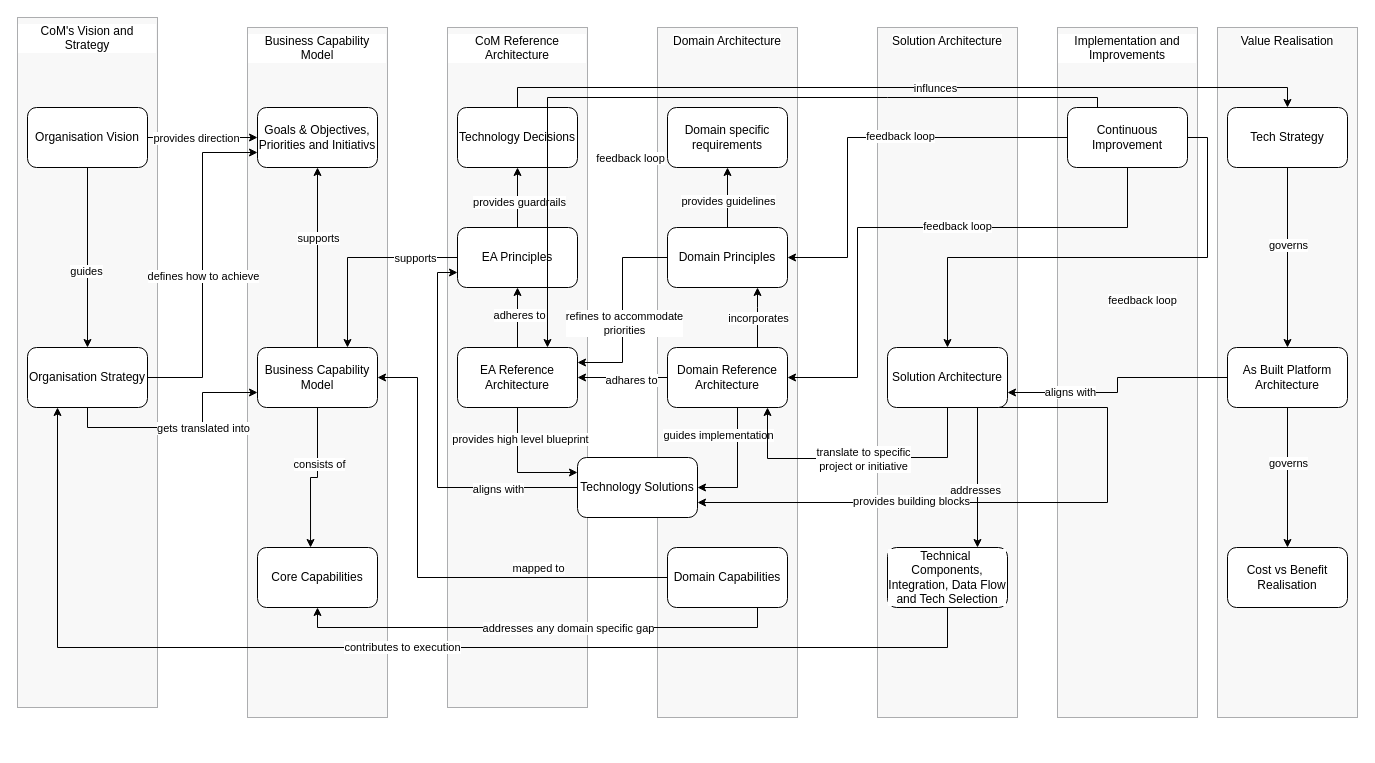
onlinepractice/digitalbanking keeps this draw.io diagram as page "Page-12" (12 of 15) of Untitled Diagram.drawio. Above is the earlier version. Source tidied: cells renumbered, new cells numbered last; positions are measured from the earlier drawing's top-left corner, leaving out a move shared by most shapes. Both pictures are drawn from the tidied source at 100%, with x=0, y=0 at pixel (17, 17).
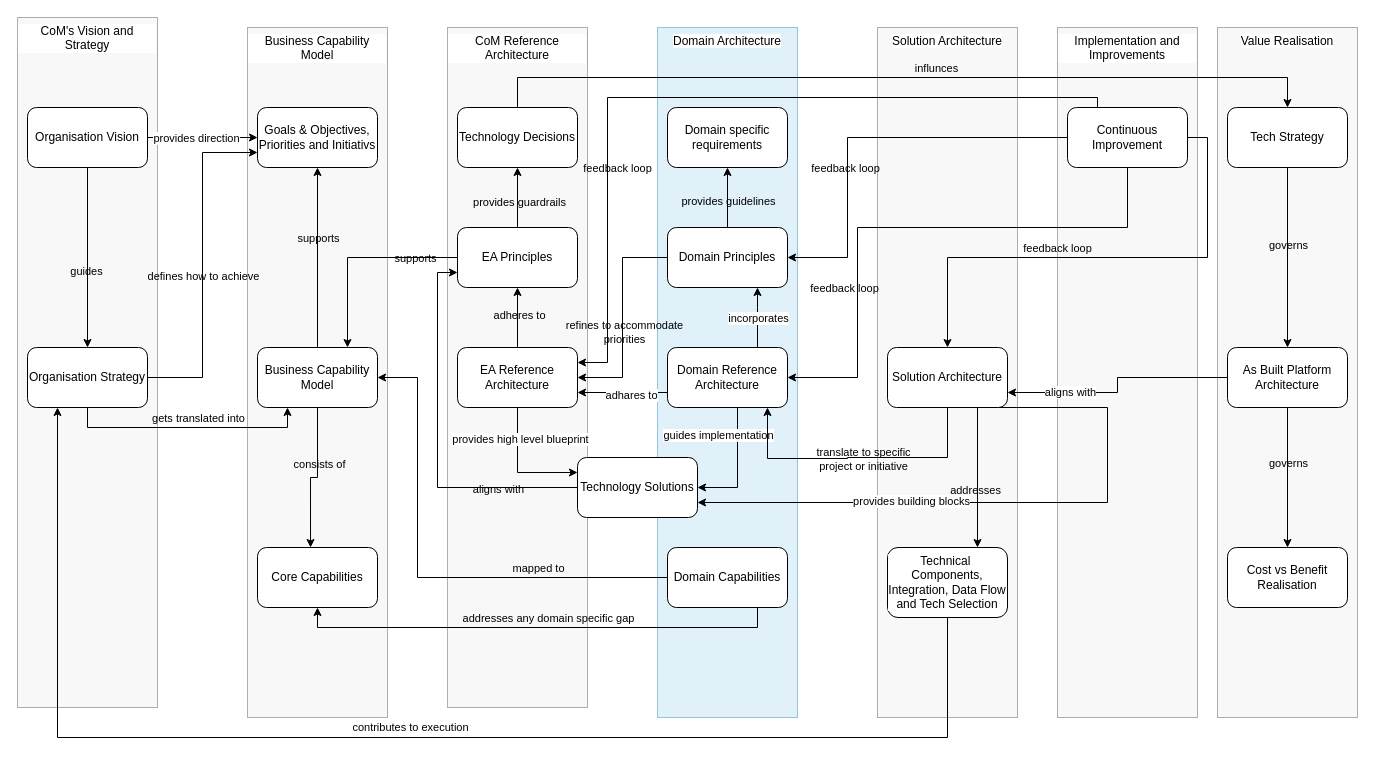
After the change.

The change refers to these unchanged cells:
```xml
<mxCell id="9" style="edgeStyle=orthogonalEdgeStyle;rounded=0;jettySize=auto;html=1;labelBackgroundColor=default;" parent="1" edge="1" source="13" target="18">
<mxCell id="14" style="edgeStyle=orthogonalEdgeStyle;rounded=0;jettySize=auto;html=1;entryX=0;entryY=0.75;entryDx=0;entryDy=0;labelBackgroundColor=default;" parent="1" edge="1" source="18" target="46">
<mxCell id="18" value="Organisation Strategy" style="rounded=1;whiteSpace=wrap;html=1;labelBackgroundColor=default;" parent="1" vertex="1">
<mxCell id="19" style="edgeStyle=orthogonalEdgeStyle;rounded=0;jettySize=auto;html=1;entryX=0.5;entryY=1;entryDx=0;entryDy=0;labelBackgroundColor=default;" parent="1" edge="1" source="23" target="46">
<mxCell id="21" style="edgeStyle=orthogonalEdgeStyle;rounded=0;jettySize=auto;html=1;entryX=0.442;entryY=0;entryDx=0;entryDy=0;entryPerimeter=0;labelBackgroundColor=default;" parent="1" edge="1" source="23" target="47">
<mxCell id="23" value="Business Capability Model" style="rounded=1;whiteSpace=wrap;html=1;labelBackgroundColor=default;" parent="1" vertex="1">
<mxCell id="24" style="edgeStyle=orthogonalEdgeStyle;rounded=0;jettySize=auto;html=1;entryX=0.5;entryY=1;entryDx=0;entryDy=0;labelBackgroundColor=default;" parent="1" edge="1" source="28" target="45">
<mxCell id="28" value="EA Reference Architecture" style="rounded=1;whiteSpace=wrap;html=1;labelBackgroundColor=default;" parent="1" vertex="1">
<mxCell id="29" style="edgeStyle=orthogonalEdgeStyle;rounded=0;jettySize=auto;html=1;entryX=0.5;entryY=1;entryDx=0;entryDy=0;labelBackgroundColor=default;" parent="1" edge="1" source="33" target="54">
<mxCell id="33" value="Domain Principles" style="rounded=1;whiteSpace=wrap;html=1;labelBackgroundColor=default;" parent="1" vertex="1">
<mxCell id="40" value="Domain Reference Architecture" style="rounded=1;whiteSpace=wrap;html=1;labelBackgroundColor=default;" parent="1" vertex="1">
<mxCell id="41" style="edgeStyle=orthogonalEdgeStyle;rounded=0;jettySize=auto;html=1;entryX=0.5;entryY=1;entryDx=0;entryDy=0;labelBackgroundColor=default;" parent="1" edge="1" source="45" target="50">
<mxCell id="43" style="edgeStyle=orthogonalEdgeStyle;rounded=0;jettySize=auto;html=1;entryX=0.75;entryY=0;entryDx=0;entryDy=0;exitX=0;exitY=0.5;exitDx=0;exitDy=0;labelBackgroundColor=default;" parent="1" edge="1" source="45" target="23">
<mxCell id="50" value="Technology Decisions" style="rounded=1;whiteSpace=wrap;html=1;labelBackgroundColor=default;" parent="1" vertex="1">
<mxCell id="51" style="edgeStyle=orthogonalEdgeStyle;rounded=0;jettySize=auto;html=1;entryX=0;entryY=0.75;entryDx=0;entryDy=0;exitX=0;exitY=0.5;exitDx=0;exitDy=0;labelBackgroundColor=default;" parent="1" edge="1" source="53" target="45">
<mxCell id="55" style="edgeStyle=orthogonalEdgeStyle;rounded=0;jettySize=auto;html=1;entryX=1;entryY=0.5;entryDx=0;entryDy=0;labelBackgroundColor=default;" parent="1" edge="1" source="59" target="23">
<mxCell id="57" style="edgeStyle=orthogonalEdgeStyle;rounded=0;jettySize=auto;html=1;entryX=0.5;entryY=1;entryDx=0;entryDy=0;exitX=0.5;exitY=1;exitDx=0;exitDy=0;labelBackgroundColor=default;" parent="1" edge="1" source="59" target="47">
<mxCell id="62" style="edgeStyle=orthogonalEdgeStyle;rounded=0;jettySize=auto;html=1;labelBackgroundColor=default;" parent="1" edge="1" source="66">
<mxCell id="64" style="edgeStyle=orthogonalEdgeStyle;rounded=0;jettySize=auto;html=1;entryX=0.75;entryY=0;entryDx=0;entryDy=0;exitX=0.75;exitY=1;exitDx=0;exitDy=0;labelBackgroundColor=default;" parent="1" edge="1" source="66" target="68">
<mxCell id="71" style="edgeStyle=orthogonalEdgeStyle;rounded=0;jettySize=auto;html=1;entryX=1;entryY=0.5;entryDx=0;entryDy=0;labelBackgroundColor=default;" parent="1" edge="1" source="73" target="33">
<mxCell id="73" value="Continuous Improvement" style="rounded=1;whiteSpace=wrap;html=1;labelBackgroundColor=default;" parent="1" vertex="1">
<mxCell id="74" style="edgeStyle=orthogonalEdgeStyle;rounded=0;jettySize=auto;html=1;entryX=0.5;entryY=0;entryDx=0;entryDy=0;exitX=1;exitY=0.5;exitDx=0;exitDy=0;labelBackgroundColor=default;" parent="1" edge="1" source="73" target="66">
<mxCell id="76" style="edgeStyle=orthogonalEdgeStyle;rounded=0;jettySize=auto;html=1;exitX=0.5;exitY=1;exitDx=0;exitDy=0;labelBackgroundColor=default;" parent="1" edge="1" source="73">
<mxCell id="80" style="edgeStyle=orthogonalEdgeStyle;rounded=0;jettySize=auto;html=1;labelBackgroundColor=default;" parent="1" edge="1" source="82" target="86">
<mxCell id="83" style="edgeStyle=orthogonalEdgeStyle;rounded=0;jettySize=auto;html=1;entryX=0.5;entryY=0;entryDx=0;entryDy=0;labelBackgroundColor=default;" parent="1" edge="1" source="85" target="82">
<mxCell id="85" value="Tech Strategy" style="rounded=1;whiteSpace=wrap;html=1;labelBackgroundColor=default;" parent="1" vertex="1">
```

Diff of the diagram source:
```diff
@@
-    <mxCell id="6" value="Domain Architecture" style="rounded=0;whiteSpace=wrap;html=1;fillColor=#eeeeee;strokeColor=#36393d;opacity=40;verticalAlign=top;labelBackgroundColor=default;" parent="1" vertex="1">
+    <mxCell id="6" value="Domain Architecture" style="rounded=0;whiteSpace=wrap;html=1;fillColor=#b1ddf0;strokeColor=#10739e;opacity=40;verticalAlign=top;labelBackgroundColor=default;" parent="1" vertex="1">
       <mxGeometry x="640" y="10" width="140" height="690" as="geometry" />
     </mxCell>
@@
-    <mxCell id="10" value="guides" style="edgeLabel;html=1;align=center;verticalAlign=middle;labelBackgroundColor=default;" parent="9" vertex="1">
+    <mxCell id="10" value="guides" style="edgeLabel;html=1;align=center;verticalAlign=middle;labelBackgroundColor=none;" parent="9" vertex="1">
       <mxGeometry x="0.14" y="-2" relative="1" as="geometry" />
     </mxCell>
@@
-    <mxCell id="15" value="defines how to achieve" style="edgeLabel;html=1;align=center;verticalAlign=middle;labelBackgroundColor=default;" parent="14" vertex="1">
+    <mxCell id="15" value="defines how to achieve" style="edgeLabel;html=1;align=center;verticalAlign=middle;labelBackgroundColor=none;" parent="14" vertex="1">
       <mxGeometry x="-0.06" relative="1" as="geometry" />
     </mxCell>
-    <mxCell id="16" style="edgeStyle=orthogonalEdgeStyle;rounded=0;jettySize=auto;html=1;entryX=0;entryY=0.75;entryDx=0;entryDy=0;exitX=0.5;exitY=1;exitDx=0;exitDy=0;labelBackgroundColor=default;" parent="1" edge="1" source="18" target="23">
+    <mxCell id="16" style="edgeStyle=orthogonalEdgeStyle;rounded=0;jettySize=auto;html=1;entryX=0.25;entryY=1;entryDx=0;entryDy=0;exitX=0.5;exitY=1;exitDx=0;exitDy=0;labelBackgroundColor=default;" parent="1" edge="1" source="18" target="23">
       <mxGeometry relative="1" as="geometry" />
     </mxCell>
-    <mxCell id="17" value="gets translated into" style="edgeLabel;html=1;align=center;verticalAlign=middle;labelBackgroundColor=default;" parent="16" vertex="1">
+    <mxCell id="17" value="gets translated into" style="edgeLabel;html=1;align=center;verticalAlign=middle;labelBackgroundColor=none;" parent="16" vertex="1">
       <mxGeometry x="-0.2" relative="1" as="geometry">
-        <mxPoint x="45" as="offset" />
+        <mxPoint x="34" y="-10" as="offset" />
       </mxGeometry>
     </mxCell>
@@
-    <mxCell id="20" value="supports" style="edgeLabel;html=1;align=center;verticalAlign=middle;labelBackgroundColor=default;" parent="19" vertex="1">
+    <mxCell id="20" value="supports" style="edgeLabel;html=1;align=center;verticalAlign=middle;labelBackgroundColor=none;" parent="19" vertex="1">
       <mxGeometry x="0.22" relative="1" as="geometry" />
     </mxCell>
@@
-    <mxCell id="22" value="consists of" style="edgeLabel;html=1;align=center;verticalAlign=middle;labelBackgroundColor=default;" parent="21" vertex="1">
+    <mxCell id="22" value="consists of" style="edgeLabel;html=1;align=center;verticalAlign=middle;labelBackgroundColor=none;" parent="21" vertex="1">
       <mxGeometry x="-0.24" y="1" relative="1" as="geometry" />
     </mxCell>
@@
-    <mxCell id="25" value="adheres to" style="edgeLabel;html=1;align=center;verticalAlign=middle;labelBackgroundColor=default;" parent="24" vertex="1">
+    <mxCell id="25" value="adheres to" style="edgeLabel;html=1;align=center;verticalAlign=middle;labelBackgroundColor=none;" parent="24" vertex="1">
       <mxGeometry x="0.11" y="-1" relative="1" as="geometry" />
     </mxCell>
@@
-    <mxCell id="30" value="provides guidelines" style="edgeLabel;html=1;align=center;verticalAlign=middle;labelBackgroundColor=default;" parent="29" vertex="1">
+    <mxCell id="30" value="provides guidelines" style="edgeLabel;html=1;align=center;verticalAlign=middle;labelBackgroundColor=none;" parent="29" vertex="1">
       <mxGeometry x="-0.1" relative="1" as="geometry" />
     </mxCell>
-    <mxCell id="31" style="edgeStyle=orthogonalEdgeStyle;rounded=0;jettySize=auto;html=1;entryX=1;entryY=0.25;entryDx=0;entryDy=0;labelBackgroundColor=default;" parent="1" edge="1" source="33" target="28">
+    <mxCell id="31" style="edgeStyle=orthogonalEdgeStyle;rounded=0;jettySize=auto;html=1;entryX=1;entryY=0.5;entryDx=0;entryDy=0;labelBackgroundColor=default;" parent="1" edge="1" source="33" target="28">
       <mxGeometry relative="1" as="geometry" />
     </mxCell>
-    <mxCell id="32" value="refines to accommodate &lt;br&gt;priorities" style="edgeLabel;html=1;align=center;verticalAlign=middle;labelBackgroundColor=default;" parent="31" vertex="1">
+    <mxCell id="32" value="refines to accommodate &lt;br&gt;priorities" style="edgeLabel;html=1;align=center;verticalAlign=middle;labelBackgroundColor=none;" parent="31" vertex="1">
       <mxGeometry x="0.13" y="1" relative="1" as="geometry" />
     </mxCell>
@@
-    <mxCell id="38" style="edgeStyle=orthogonalEdgeStyle;rounded=0;jettySize=auto;html=1;entryX=1;entryY=0.5;entryDx=0;entryDy=0;labelBackgroundColor=default;" parent="1" edge="1" source="40" target="28">
+    <mxCell id="38" style="edgeStyle=orthogonalEdgeStyle;rounded=0;jettySize=auto;html=1;entryX=1;entryY=0.75;entryDx=0;entryDy=0;labelBackgroundColor=default;exitX=0;exitY=0.75;exitDx=0;exitDy=0;" parent="1" edge="1" source="40" target="28">
       <mxGeometry relative="1" as="geometry" />
     </mxCell>
@@
-    <mxCell id="42" value="provides guardrails" style="edgeLabel;html=1;align=center;verticalAlign=middle;labelBackgroundColor=default;" parent="41" vertex="1">
+    <mxCell id="42" value="provides guardrails" style="edgeLabel;html=1;align=center;verticalAlign=middle;labelBackgroundColor=none;" parent="41" vertex="1">
       <mxGeometry x="-0.13" y="-1" relative="1" as="geometry" />
     </mxCell>
@@
-    <mxCell id="44" value="supports" style="edgeLabel;html=1;align=center;verticalAlign=middle;labelBackgroundColor=default;" parent="43" vertex="1">
+    <mxCell id="44" value="supports" style="edgeLabel;html=1;align=center;verticalAlign=middle;labelBackgroundColor=none;" parent="43" vertex="1">
       <mxGeometry x="-0.12" relative="1" as="geometry">
         <mxPoint x="45" as="offset" />
       </mxGeometry>
     </mxCell>
@@
     <mxCell id="48" style="edgeStyle=orthogonalEdgeStyle;rounded=0;jettySize=auto;html=1;entryX=0.5;entryY=0;entryDx=0;entryDy=0;exitX=0.5;exitY=0;exitDx=0;exitDy=0;labelBackgroundColor=default;" parent="1" edge="1" source="50" target="85">
-      <mxGeometry relative="1" as="geometry" />
+      <mxGeometry relative="1" as="geometry">
+        <Array as="points">
+          <mxPoint x="500" y="60" />
+          <mxPoint x="1270" y="60" />
+        </Array>
+      </mxGeometry>
     </mxCell>
-    <mxCell id="49" value="influnces" style="edgeLabel;html=1;align=center;verticalAlign=middle;labelBackgroundColor=default;" parent="48" vertex="1">
-      <mxGeometry x="0.08" relative="1" as="geometry" />
+    <mxCell id="49" value="influnces" style="edgeLabel;html=1;align=center;verticalAlign=middle;labelBackgroundColor=none;" parent="48" vertex="1">
+      <mxGeometry x="0.08" relative="1" as="geometry">
+        <mxPoint y="-10" as="offset" />
+      </mxGeometry>
     </mxCell>
@@
-    <mxCell id="52" value="aligns with" style="edgeLabel;html=1;align=center;verticalAlign=middle;labelBackgroundColor=default;" parent="51" vertex="1">
+    <mxCell id="52" value="aligns with" style="edgeLabel;html=1;align=center;verticalAlign=middle;labelBackgroundColor=none;" parent="51" vertex="1">
       <mxGeometry x="0.43" y="1" relative="1" as="geometry">
         <mxPoint x="61" y="129" as="offset" />
       </mxGeometry>
     </mxCell>
@@
-    <mxCell id="56" value="mapped to" style="edgeLabel;html=1;align=center;verticalAlign=middle;labelBackgroundColor=default;" parent="55" vertex="1">
+    <mxCell id="56" value="mapped to" style="edgeLabel;html=1;align=center;verticalAlign=middle;labelBackgroundColor=none;" parent="55" vertex="1">
       <mxGeometry x="0.24" y="3" relative="1" as="geometry">
         <mxPoint x="123" y="44" as="offset" />
       </mxGeometry>
     </mxCell>
@@
-    <mxCell id="58" value="addresses any domain specific gap" style="edgeLabel;html=1;align=center;verticalAlign=middle;labelBackgroundColor=default;" parent="57" vertex="1">
+    <mxCell id="58" value="addresses any domain specific gap" style="edgeLabel;html=1;align=center;verticalAlign=middle;labelBackgroundColor=none;" parent="57" vertex="1">
       <mxGeometry x="-0.38" relative="1" as="geometry">
-        <mxPoint x="-82" as="offset" />
+        <mxPoint x="-102" y="-10" as="offset" />
       </mxGeometry>
     </mxCell>
@@
-    <mxCell id="63" value="translate to specific &lt;br&gt;project or initiative" style="edgeLabel;html=1;align=center;verticalAlign=middle;labelBackgroundColor=default;" parent="62" vertex="1">
+    <mxCell id="63" value="translate to specific &lt;br&gt;project or initiative" style="edgeLabel;html=1;align=center;verticalAlign=middle;labelBackgroundColor=none;" parent="62" vertex="1">
       <mxGeometry x="0.18" y="-2" relative="1" as="geometry">
         <mxPoint x="30" y="2" as="offset" />
       </mxGeometry>
     </mxCell>
@@
-    <mxCell id="65" value="addresses" style="edgeLabel;html=1;align=center;verticalAlign=middle;labelBackgroundColor=default;" parent="64" vertex="1">
+    <mxCell id="65" value="addresses" style="edgeLabel;html=1;align=center;verticalAlign=middle;labelBackgroundColor=none;" parent="64" vertex="1">
       <mxGeometry x="0.17" y="-3" relative="1" as="geometry" />
     </mxCell>
@@
-    <mxCell id="67" value="contributes to execution" style="edgeStyle=orthogonalEdgeStyle;rounded=0;jettySize=auto;html=1;entryX=0.25;entryY=1;entryDx=0;entryDy=0;exitX=0.5;exitY=1;exitDx=0;exitDy=0;labelBackgroundColor=default;" parent="1" edge="1" source="68" target="18">
-      <mxGeometry relative="1" as="geometry">
+    <mxCell id="67" value="contributes to execution" style="edgeStyle=orthogonalEdgeStyle;rounded=0;jettySize=auto;html=1;entryX=0.25;entryY=1;entryDx=0;entryDy=0;exitX=0.5;exitY=1;exitDx=0;exitDy=0;labelBackgroundColor=none;" parent="1" edge="1" source="68" target="18">
+      <mxGeometry x="-0.02" y="-10" relative="1" as="geometry">
         <Array as="points">
-          <mxPoint x="930" y="630" />
-          <mxPoint x="40" y="630" />
+          <mxPoint x="930" y="720" />
+          <mxPoint x="40" y="720" />
         </Array>
       </mxGeometry>
     </mxCell>
     <mxCell id="68" value="Technical&amp;nbsp; Components, Integration, Data Flow and Tech Selection" style="rounded=1;whiteSpace=wrap;html=1;labelBackgroundColor=default;" parent="1" vertex="1">
-      <mxGeometry x="870" y="530" width="120" height="60" as="geometry" />
+      <mxGeometry x="870" y="530" width="120" height="70" as="geometry" />
     </mxCell>
-    <mxCell id="69" style="edgeStyle=orthogonalEdgeStyle;rounded=0;jettySize=auto;html=1;entryX=0.75;entryY=0;entryDx=0;entryDy=0;exitX=0.25;exitY=0;exitDx=0;exitDy=0;labelBackgroundColor=default;" parent="1" edge="1" source="73" target="28">
+    <mxCell id="69" style="edgeStyle=orthogonalEdgeStyle;rounded=0;jettySize=auto;html=1;entryX=1;entryY=0.25;entryDx=0;entryDy=0;exitX=0.25;exitY=0;exitDx=0;exitDy=0;labelBackgroundColor=default;" parent="1" edge="1" source="73" target="28">
       <mxGeometry relative="1" as="geometry">
         <Array as="points">
-          <mxPoint x="870" y="80" />
-          <mxPoint x="580" y="80" />
+          <mxPoint x="1080" y="80" />
+          <mxPoint x="590" y="80" />
+          <mxPoint x="590" y="345" />
         </Array>
       </mxGeometry>
     </mxCell>
-    <mxCell id="70" value="feedback loop" style="edgeLabel;html=1;align=center;verticalAlign=middle;labelBackgroundColor=default;" parent="69" vertex="1">
+    <mxCell id="70" value="feedback loop" style="edgeLabel;html=1;align=center;verticalAlign=middle;labelBackgroundColor=none;" parent="69" vertex="1">
       <mxGeometry x="0.19" y="-4" relative="1" as="geometry">
-        <mxPoint x="4" y="64" as="offset" />
+        <mxPoint x="-18" y="74" as="offset" />
       </mxGeometry>
     </mxCell>
@@
-    <mxCell id="72" value="feedback loop" style="edgeLabel;html=1;align=center;verticalAlign=middle;labelBackgroundColor=default;" parent="71" vertex="1">
-      <mxGeometry x="-0.16" y="-2" relative="1" as="geometry" />
+    <mxCell id="72" value="feedback loop" style="edgeLabel;html=1;align=center;verticalAlign=middle;labelBackgroundColor=none;" parent="71" vertex="1">
+      <mxGeometry x="-0.16" y="-2" relative="1" as="geometry">
+        <mxPoint x="-55" y="32" as="offset" />
+      </mxGeometry>
     </mxCell>
@@
-    <mxCell id="75" value="feedback loop" style="edgeLabel;html=1;align=center;verticalAlign=middle;labelBackgroundColor=default;" parent="74" vertex="1">
+    <mxCell id="75" value="feedback loop" style="edgeLabel;html=1;align=center;verticalAlign=middle;labelBackgroundColor=none;" parent="74" vertex="1">
       <mxGeometry x="-0.16" y="-2" relative="1" as="geometry">
-        <mxPoint y="44" as="offset" />
+        <mxPoint x="-85" y="-8" as="offset" />
       </mxGeometry>
     </mxCell>
@@
-    <mxCell id="77" value="feedback loop" style="edgeLabel;html=1;align=center;verticalAlign=middle;labelBackgroundColor=default;" parent="76" vertex="1">
-      <mxGeometry x="-0.16" y="-2" relative="1" as="geometry" />
+    <mxCell id="77" value="feedback loop" style="edgeLabel;html=1;align=center;verticalAlign=middle;labelBackgroundColor=none;" parent="76" vertex="1">
+      <mxGeometry x="-0.16" y="-2" relative="1" as="geometry">
+        <mxPoint x="-113" y="62" as="offset" />
+      </mxGeometry>
     </mxCell>
@@
-    <mxCell id="81" value="governs" style="edgeLabel;html=1;align=center;verticalAlign=middle;labelBackgroundColor=default;" parent="80" vertex="1">
+    <mxCell id="81" value="governs" style="edgeLabel;html=1;align=center;verticalAlign=middle;labelBackgroundColor=none;" parent="80" vertex="1">
       <mxGeometry x="-0.21" relative="1" as="geometry" />
     </mxCell>
@@
-    <mxCell id="84" value="governs" style="edgeLabel;html=1;align=center;verticalAlign=middle;labelBackgroundColor=default;" parent="83" vertex="1">
+    <mxCell id="84" value="governs" style="edgeLabel;html=1;align=center;verticalAlign=middle;labelBackgroundColor=none;" parent="83" vertex="1">
       <mxGeometry x="-0.14" relative="1" as="geometry" />
     </mxCell>
```
